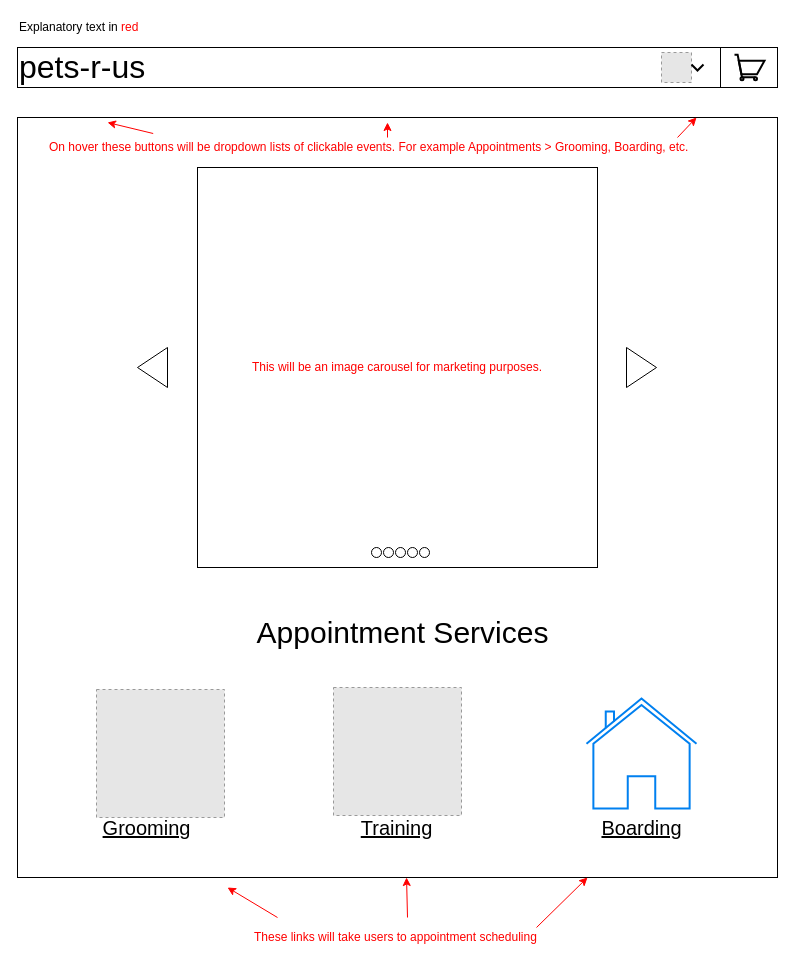
The draw.io diagram Wireframe2.drawio in joneskj55/wireframes, before the edit. Source tidied: cells renumbered, new cells numbered last; positions are measured from the earlier drawing's top-left corner, leaving out a move shared by most shapes. Both pictures are drawn from the tidied source at 100%, with x=0, y=0 at pixel (17, 17). Pictures stored in the file or linked from it are replaced by grey dashed boxes.
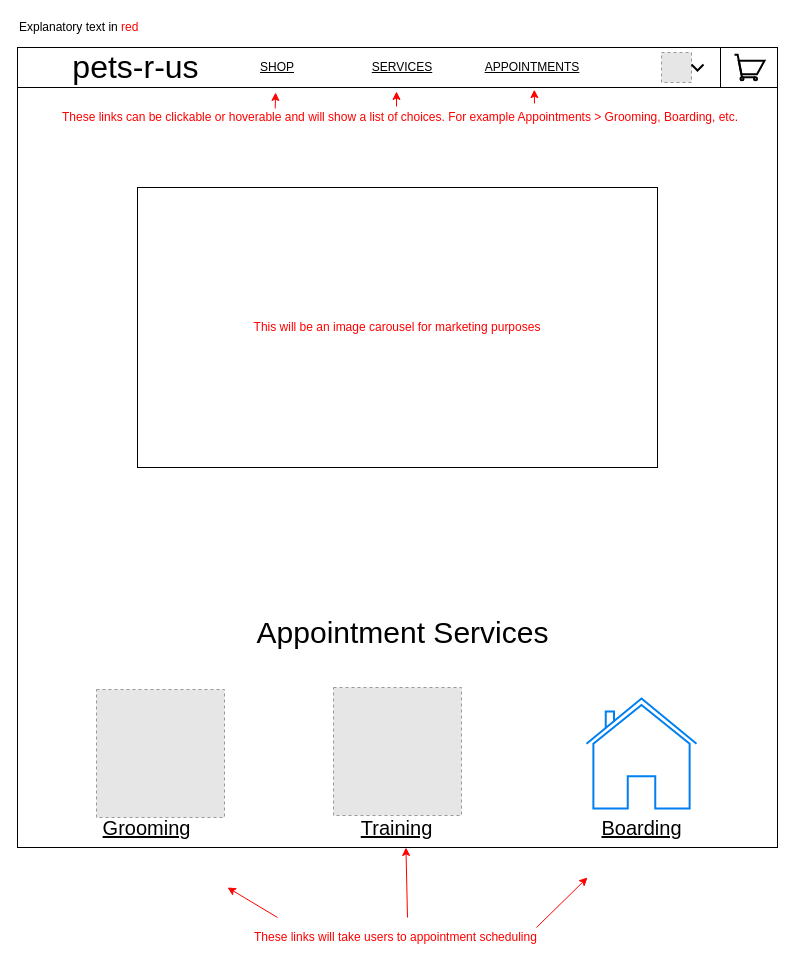
The same page after the edit.

Diff of the diagram source:
```diff
@@
     <mxCell id="2" style="whiteSpace=wrap;html=1;" parent="1" vertex="1">
-      <mxGeometry y="100" width="760" height="760" as="geometry" />
+      <mxGeometry y="70" width="760" height="760" as="geometry" />
     </mxCell>
-    <mxCell id="3" value="&lt;font style=&quot;font-size: 32px&quot;&gt;pets-r-us&lt;/font&gt;" style="rounded=0;whiteSpace=wrap;html=1;align=left;" parent="1" vertex="1">
+    <mxCell id="3" value="&lt;font style=&quot;font-size: 32px&quot;&gt;&amp;nbsp; &amp;nbsp; &amp;nbsp; pets-r-us&lt;/font&gt;" style="rounded=0;whiteSpace=wrap;html=1;align=left;" parent="1" vertex="1">
       <mxGeometry y="30" width="760" height="40" as="geometry" />
     </mxCell>
-    <mxCell id="4" value="&lt;font color=&quot;#ff0000&quot;&gt;This will be an image carousel for marketing purposes.&lt;/font&gt;" style="whiteSpace=wrap;html=1;" parent="1" vertex="1">
-      <mxGeometry x="180" y="150" width="400" height="400" as="geometry" />
-    </mxCell>
@@
-    <mxCell id="16" style="triangle;whiteSpace=wrap;html=1;strokeColor=#000000;" parent="1" vertex="1">
-      <mxGeometry x="609" y="330" width="30" height="40" as="geometry" />
-    </mxCell>
-    <mxCell id="17" style="triangle;whiteSpace=wrap;html=1;strokeColor=#000000;direction=west;" parent="1" vertex="1">
-      <mxGeometry x="120" y="330" width="30" height="40" as="geometry" />
-    </mxCell>
-    <mxCell id="18" style="ellipse;whiteSpace=wrap;html=1;strokeColor=#000000;" parent="1" vertex="1">
-      <mxGeometry x="354" y="530" width="10" height="10" as="geometry" />
-    </mxCell>
-    <mxCell id="19" style="ellipse;whiteSpace=wrap;html=1;strokeColor=#000000;" parent="1" vertex="1">
-      <mxGeometry x="366" y="530" width="10" height="10" as="geometry" />
-    </mxCell>
-    <mxCell id="20" style="ellipse;whiteSpace=wrap;html=1;strokeColor=#000000;" parent="1" vertex="1">
-      <mxGeometry x="378" y="530" width="10" height="10" as="geometry" />
-    </mxCell>
-    <mxCell id="21" style="ellipse;whiteSpace=wrap;html=1;strokeColor=#000000;" parent="1" vertex="1">
-      <mxGeometry x="390" y="530" width="10" height="10" as="geometry" />
-    </mxCell>
-    <mxCell id="22" style="ellipse;whiteSpace=wrap;html=1;strokeColor=#000000;" parent="1" vertex="1">
-      <mxGeometry x="402" y="530" width="10" height="10" as="geometry" />
-    </mxCell>
-    <mxCell id="23" value="&lt;font color=&quot;#ff0000&quot;&gt;On hover these buttons will be dropdown lists of clickable events. For example Appointments &amp;gt; Grooming, Boarding, etc.&lt;/font&gt;" style="text;html=1;strokeColor=none;fillColor=none;align=left;verticalAlign=middle;whiteSpace=wrap;rounded=0;" parent="1" vertex="1">
-      <mxGeometry x="30" y="120" width="700" height="20" as="geometry" />
+    <mxCell id="23" value="&lt;font color=&quot;#ff0000&quot;&gt;These links can be clickable or hoverable and will show a list of choices. For example Appointments &amp;gt; Grooming, Boarding, etc.&lt;/font&gt;" style="text;html=1;strokeColor=none;fillColor=none;align=center;verticalAlign=middle;whiteSpace=wrap;rounded=0;" parent="1" vertex="1">
+      <mxGeometry x="33" y="90" width="700" height="20" as="geometry" />
     </mxCell>
-    <mxCell id="24" style="endArrow=classic;html=1;strokeColor=#FF0000;" parent="1" edge="1">
+    <mxCell id="24" style="endArrow=classic;html=1;strokeColor=#FF0000;entryX=0.68;entryY=-0.005;entryDx=0;entryDy=0;entryPerimeter=0;" parent="1" edge="1">
       <mxGeometry relative="1" as="geometry">
-        <mxPoint x="660" y="120" as="sourcePoint" />
-        <mxPoint x="679" y="100" as="targetPoint" />
+        <mxPoint x="517" y="86" as="sourcePoint" />
+        <mxPoint x="516.8" y="72.2" as="targetPoint" />
       </mxGeometry>
     </mxCell>
     <mxCell id="25" style="endArrow=classic;html=1;strokeColor=#FF0000;" parent="1" edge="1">
       <mxGeometry relative="1" as="geometry">
-        <mxPoint x="370" y="120" as="sourcePoint" />
-        <mxPoint x="370" y="105" as="targetPoint" />
+        <mxPoint x="379" y="89" as="sourcePoint" />
+        <mxPoint x="379" y="74" as="targetPoint" />
       </mxGeometry>
     </mxCell>
@@
-    <mxCell id="27" style="endArrow=classic;html=1;strokeColor=#FF0000;exitX=0.151;exitY=-0.2;exitDx=0;exitDy=0;exitPerimeter=0;" parent="1" edge="1" source="23">
+    <mxCell id="27" style="endArrow=classic;html=1;strokeColor=#FF0000;exitX=0.151;exitY=-0.2;exitDx=0;exitDy=0;exitPerimeter=0;entryX=0.183;entryY=0;entryDx=0;entryDy=0;entryPerimeter=0;" parent="1" edge="1">
       <mxGeometry relative="1" as="geometry">
-        <mxPoint x="90" y="105" as="targetPoint" />
+        <mxPoint x="257.7" y="91" as="sourcePoint" />
+        <mxPoint x="258.1" y="75" as="targetPoint" />
       </mxGeometry>
     </mxCell>
@@
+    <mxCell id="32" value="&lt;u&gt;SHOP&lt;/u&gt;" style="text;html=1;strokeColor=none;fillColor=none;align=center;verticalAlign=middle;whiteSpace=wrap;rounded=0;" parent="1" vertex="1">
+      <mxGeometry x="240" y="40" width="40" height="20" as="geometry" />
+    </mxCell>
+    <mxCell id="33" value="&lt;u&gt;SERVICES&lt;/u&gt;" style="text;html=1;strokeColor=none;fillColor=none;align=center;verticalAlign=middle;whiteSpace=wrap;rounded=0;" parent="1" vertex="1">
+      <mxGeometry x="365" y="40" width="40" height="20" as="geometry" />
+    </mxCell>
+    <mxCell id="34" value="&lt;u&gt;APPOINTMENTS&lt;/u&gt;" style="text;html=1;strokeColor=none;fillColor=none;align=center;verticalAlign=middle;whiteSpace=wrap;rounded=0;" parent="1" vertex="1">
+      <mxGeometry x="495" y="40" width="40" height="20" as="geometry" />
+    </mxCell>
+    <mxCell id="35" value="&lt;font color=&quot;#ff0000&quot;&gt;This will be an image carousel for marketing purposes&lt;/font&gt;" style="rounded=0;whiteSpace=wrap;html=1;strokeColor=#000000;" parent="1" vertex="1">
+      <mxGeometry x="120" y="170" width="520" height="280" as="geometry" />
+    </mxCell>
```
